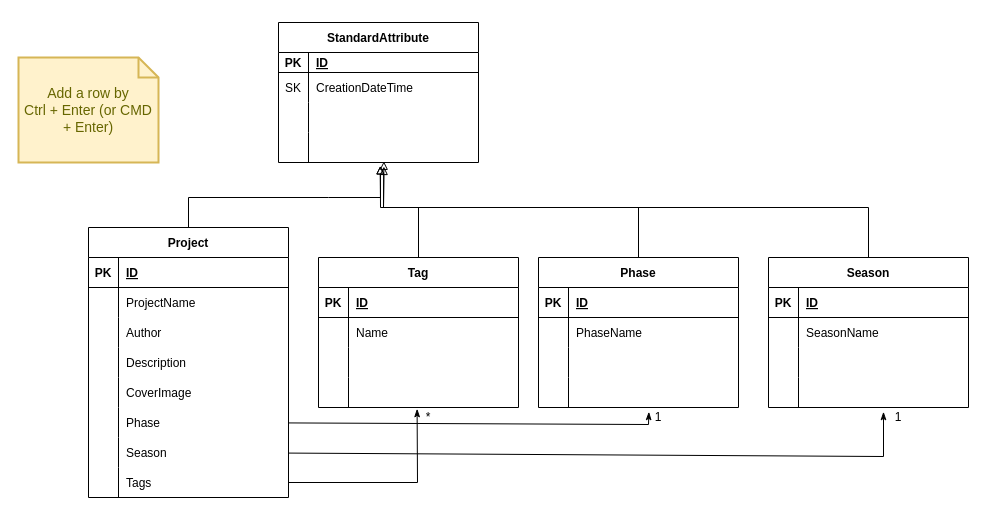
Above: page "Data Model" (3 of 4) of .drawio/4d-adidas.drawio in jolo-dev/cdk-restapi-stack (draw.io), before the change. Source tidied: cells renumbered, new cells numbered last; positions are measured from the earlier drawing's top-left corner, leaving out a move shared by most shapes. Both pictures are drawn from the tidied source at 100%, with x=0, y=0 at pixel (18, 17).
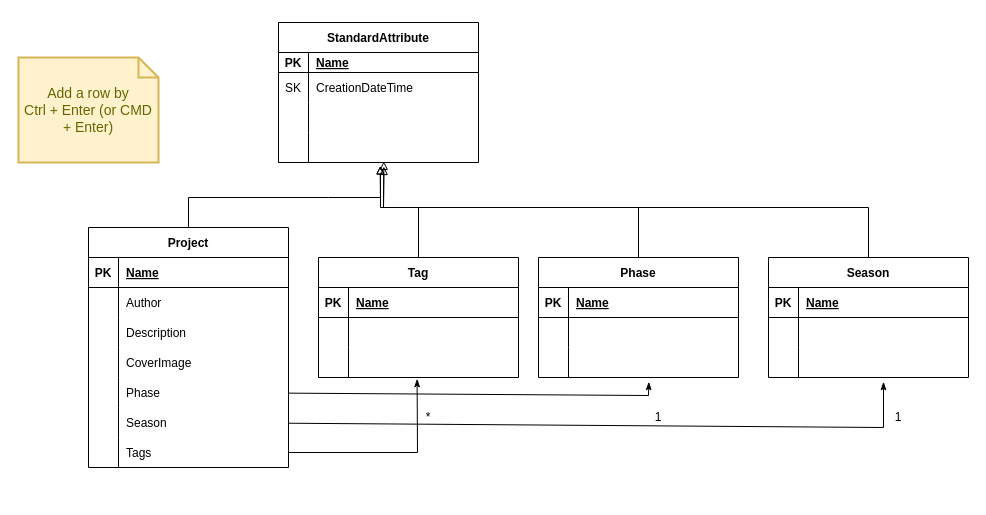
The same diagram, later.

The change refers to these unchanged cells:
```xml
<mxCell id="4" style="shape=partialRectangle;fillColor=none;top=0;left=0;bottom=1;right=0;" parent="3" vertex="1">
  <mxGeometry y="30" width="200" height="30" as="geometry" />
</mxCell>
<mxCell id="30" style="group;" parent="1" vertex="1">
  <mxGeometry x="300" y="240" width="200" height="150" as="geometry" />
</mxCell>
<mxCell id="32" style="shape=partialRectangle;fillColor=none;top=0;left=0;bottom=1;right=0;" parent="31" vertex="1">
  <mxGeometry y="30" width="200" height="30" as="geometry" />
</mxCell>
<mxCell id="46" style="shape=partialRectangle;fillColor=none;top=0;left=0;bottom=1;right=0;" parent="45" vertex="1">
  <mxGeometry y="30" width="200" height="20" as="geometry" />
</mxCell>
<mxCell id="61" style="shape=partialRectangle;fillColor=none;top=0;left=0;bottom=1;right=0;" parent="60" vertex="1">
  <mxGeometry y="30" width="200" height="30" as="geometry" />
</mxCell>
<mxCell id="75" style="shape=partialRectangle;fillColor=none;top=0;left=0;bottom=1;right=0;" parent="74" vertex="1">
  <mxGeometry y="30" width="200" height="30" as="geometry" />
</mxCell>
```

What changed in the source:
```diff
@@
     <mxCell id="3" value="Project" style="shape=table;startSize=30;childLayout=tableLayout;rowLines=0;fontStyle=1;align=center;" parent="1" vertex="1">
-      <mxGeometry x="70" y="210" width="200" height="270" as="geometry" />
+      <mxGeometry x="70" y="210" width="200" height="240" as="geometry" />
     </mxCell>
@@
-    <mxCell id="6" value="ID" style="shape=partialRectangle;fillColor=none;top=0;left=0;bottom=0;right=0;align=left;spacingLeft=6;fontStyle=5;overflow=hidden;" parent="4" vertex="1">
+    <mxCell id="6" value="Name" style="shape=partialRectangle;fillColor=none;top=0;left=0;bottom=0;right=0;align=left;spacingLeft=6;fontStyle=5;overflow=hidden;" parent="4" vertex="1">
       <mxGeometry x="30" width="170" height="30" as="geometry" />
     </mxCell>
-    <mxCell id="7" style="shape=partialRectangle;fillColor=none;top=0;left=0;bottom=0;right=0;" parent="3" vertex="1">
-      <mxGeometry y="60" width="200" height="30" as="geometry" />
-    </mxCell>
-    <mxCell id="8" style="shape=partialRectangle;fillColor=none;top=0;left=0;bottom=0;right=0;overflow=hidden;" parent="7" vertex="1">
-      <mxGeometry width="30" height="30" as="geometry" />
-    </mxCell>
-    <mxCell id="9" value="ProjectName" style="shape=partialRectangle;fillColor=none;top=0;left=0;bottom=0;right=0;align=left;spacingLeft=6;overflow=hidden;" parent="7" vertex="1">
-      <mxGeometry x="30" width="170" height="30" as="geometry" />
-    </mxCell>
     <mxCell id="10" style="shape=partialRectangle;fillColor=none;top=0;left=0;bottom=0;right=0;" parent="3" vertex="1">
-      <mxGeometry y="90" width="200" height="30" as="geometry" />
+      <mxGeometry y="60" width="200" height="30" as="geometry" />
     </mxCell>
@@
     <mxCell id="13" style="shape=partialRectangle;fillColor=none;top=0;left=0;bottom=0;right=0;" parent="3" vertex="1">
-      <mxGeometry y="120" width="200" height="30" as="geometry" />
+      <mxGeometry y="90" width="200" height="30" as="geometry" />
     </mxCell>
@@
     <mxCell id="16" style="shape=partialRectangle;fillColor=none;top=0;left=0;bottom=0;right=0;" parent="3" vertex="1">
-      <mxGeometry y="150" width="200" height="30" as="geometry" />
+      <mxGeometry y="120" width="200" height="30" as="geometry" />
     </mxCell>
@@
     <mxCell id="19" style="shape=partialRectangle;fillColor=none;top=0;left=0;bottom=0;right=0;points=[[0,0.5],[1,0.5]];portConstraint=eastwest;" parent="3" vertex="1">
-      <mxGeometry y="180" width="200" height="30" as="geometry" />
+      <mxGeometry y="150" width="200" height="30" as="geometry" />
     </mxCell>
@@
     <mxCell id="22" style="shape=partialRectangle;fillColor=none;top=0;left=0;bottom=0;right=0;points=[[0,0.5],[1,0.5]];portConstraint=eastwest;" parent="3" vertex="1">
-      <mxGeometry y="210" width="200" height="30" as="geometry" />
+      <mxGeometry y="180" width="200" height="30" as="geometry" />
     </mxCell>
@@
     <mxCell id="25" style="shape=partialRectangle;fillColor=none;top=0;left=0;bottom=0;right=0;points=[[0,0.5],[1,0.5]];portConstraint=eastwest;" parent="3" vertex="1">
-      <mxGeometry y="240" width="200" height="30" as="geometry" />
+      <mxGeometry y="210" width="200" height="30" as="geometry" />
     </mxCell>
@@
     <mxCell id="31" value="Tag" style="shape=table;startSize=30;childLayout=tableLayout;rowLines=0;fontStyle=1;align=center;" parent="30" vertex="1">
-      <mxGeometry width="200" height="150" as="geometry" />
+      <mxGeometry width="200" height="120" as="geometry" />
     </mxCell>
@@
-    <mxCell id="34" value="ID" style="shape=partialRectangle;fillColor=none;top=0;left=0;bottom=0;right=0;align=left;spacingLeft=6;fontStyle=5;overflow=hidden;" parent="32" vertex="1">
+    <mxCell id="34" value="Name" style="shape=partialRectangle;fillColor=none;top=0;left=0;bottom=0;right=0;align=left;spacingLeft=6;fontStyle=5;overflow=hidden;" parent="32" vertex="1">
       <mxGeometry x="30" width="170" height="30" as="geometry" />
     </mxCell>
-    <mxCell id="35" style="shape=partialRectangle;fillColor=none;top=0;left=0;bottom=0;right=0;" parent="31" vertex="1">
-      <mxGeometry y="60" width="200" height="30" as="geometry" />
-    </mxCell>
-    <mxCell id="36" style="shape=partialRectangle;fillColor=none;top=0;left=0;bottom=0;right=0;overflow=hidden;" parent="35" vertex="1">
-      <mxGeometry width="30" height="30" as="geometry" />
-    </mxCell>
-    <mxCell id="37" value="Name" style="shape=partialRectangle;fillColor=none;top=0;left=0;bottom=0;right=0;align=left;spacingLeft=6;overflow=hidden;" parent="35" vertex="1">
-      <mxGeometry x="30" width="170" height="30" as="geometry" />
-    </mxCell>
     <mxCell id="38" style="shape=partialRectangle;fillColor=none;top=0;left=0;bottom=0;right=0;" parent="31" vertex="1">
-      <mxGeometry y="90" width="200" height="30" as="geometry" />
+      <mxGeometry y="60" width="200" height="30" as="geometry" />
     </mxCell>
@@
     <mxCell id="41" style="shape=partialRectangle;fillColor=none;top=0;left=0;bottom=0;right=0;points=[[0,0.5],[1,0.5]];portConstraint=eastwest;" parent="31" vertex="1">
-      <mxGeometry y="120" width="200" height="30" as="geometry" />
+      <mxGeometry y="90" width="200" height="30" as="geometry" />
     </mxCell>
@@
-    <mxCell id="48" value="ID" style="shape=partialRectangle;fillColor=none;top=0;left=0;bottom=0;right=0;align=left;spacingLeft=6;fontStyle=5;overflow=hidden;" parent="46" vertex="1">
+    <mxCell id="48" value="Name" style="shape=partialRectangle;fillColor=none;top=0;left=0;bottom=0;right=0;align=left;spacingLeft=6;fontStyle=5;overflow=hidden;" parent="46" vertex="1">
       <mxGeometry x="30" width="170" height="20" as="geometry" />
     </mxCell>
@@
     <mxCell id="60" value="Season" style="shape=table;startSize=30;childLayout=tableLayout;rowLines=0;fontStyle=1;align=center;" parent="1" vertex="1">
-      <mxGeometry x="750" y="240" width="200" height="150" as="geometry" />
+      <mxGeometry x="750" y="240" width="200" height="120" as="geometry" />
     </mxCell>
@@
-    <mxCell id="63" value="ID" style="shape=partialRectangle;fillColor=none;top=0;left=0;bottom=0;right=0;align=left;spacingLeft=6;fontStyle=5;overflow=hidden;" parent="61" vertex="1">
+    <mxCell id="63" value="Name" style="shape=partialRectangle;fillColor=none;top=0;left=0;bottom=0;right=0;align=left;spacingLeft=6;fontStyle=5;overflow=hidden;" parent="61" vertex="1">
       <mxGeometry x="30" width="170" height="30" as="geometry" />
     </mxCell>
-    <mxCell id="64" style="shape=partialRectangle;fillColor=none;top=0;left=0;bottom=0;right=0;" parent="60" vertex="1">
-      <mxGeometry y="60" width="200" height="30" as="geometry" />
-    </mxCell>
-    <mxCell id="65" style="shape=partialRectangle;fillColor=none;top=0;left=0;bottom=0;right=0;overflow=hidden;" parent="64" vertex="1">
-      <mxGeometry width="30" height="30" as="geometry" />
-    </mxCell>
-    <mxCell id="66" value="SeasonName" style="shape=partialRectangle;fillColor=none;top=0;left=0;bottom=0;right=0;align=left;spacingLeft=6;overflow=hidden;" parent="64" vertex="1">
-      <mxGeometry x="30" width="170" height="30" as="geometry" />
-    </mxCell>
     <mxCell id="67" style="shape=partialRectangle;fillColor=none;top=0;left=0;bottom=0;right=0;" parent="60" vertex="1">
-      <mxGeometry y="90" width="200" height="30" as="geometry" />
+      <mxGeometry y="60" width="200" height="30" as="geometry" />
     </mxCell>
@@
     <mxCell id="70" style="shape=partialRectangle;fillColor=none;top=0;left=0;bottom=0;right=0;points=[[0,0.5],[1,0.5]];portConstraint=eastwest;" parent="60" vertex="1">
-      <mxGeometry y="120" width="200" height="30" as="geometry" />
+      <mxGeometry y="90" width="200" height="30" as="geometry" />
     </mxCell>
@@
     <mxCell id="74" value="Phase" style="shape=table;startSize=30;childLayout=tableLayout;rowLines=0;fontStyle=1;align=center;" parent="1" vertex="1">
-      <mxGeometry x="520" y="240" width="200" height="150" as="geometry" />
+      <mxGeometry x="520" y="240" width="200" height="120" as="geometry" />
     </mxCell>
@@
-    <mxCell id="77" value="ID" style="shape=partialRectangle;fillColor=none;top=0;left=0;bottom=0;right=0;align=left;spacingLeft=6;fontStyle=5;overflow=hidden;" parent="75" vertex="1">
+    <mxCell id="77" value="Name" style="shape=partialRectangle;fillColor=none;top=0;left=0;bottom=0;right=0;align=left;spacingLeft=6;fontStyle=5;overflow=hidden;" parent="75" vertex="1">
       <mxGeometry x="30" width="170" height="30" as="geometry" />
     </mxCell>
-    <mxCell id="78" style="shape=partialRectangle;fillColor=none;top=0;left=0;bottom=0;right=0;" parent="74" vertex="1">
-      <mxGeometry y="60" width="200" height="30" as="geometry" />
-    </mxCell>
-    <mxCell id="79" style="shape=partialRectangle;fillColor=none;top=0;left=0;bottom=0;right=0;overflow=hidden;" parent="78" vertex="1">
-      <mxGeometry width="30" height="30" as="geometry" />
-    </mxCell>
-    <mxCell id="80" value="PhaseName" style="shape=partialRectangle;fillColor=none;top=0;left=0;bottom=0;right=0;align=left;spacingLeft=6;overflow=hidden;" parent="78" vertex="1">
-      <mxGeometry x="30" width="170" height="30" as="geometry" />
-    </mxCell>
     <mxCell id="81" style="shape=partialRectangle;fillColor=none;top=0;left=0;bottom=0;right=0;" parent="74" vertex="1">
-      <mxGeometry y="90" width="200" height="30" as="geometry" />
+      <mxGeometry y="60" width="200" height="30" as="geometry" />
     </mxCell>
@@
     <mxCell id="84" style="shape=partialRectangle;fillColor=none;top=0;left=0;bottom=0;right=0;points=[[0,0.5],[1,0.5]];portConstraint=eastwest;" parent="74" vertex="1">
-      <mxGeometry y="120" width="200" height="30" as="geometry" />
+      <mxGeometry y="90" width="200" height="30" as="geometry" />
     </mxCell>
@@
     <mxCell id="87" style="edgeStyle=none;rounded=0;html=1;entryX=0.493;entryY=1.044;entryDx=0;entryDy=0;endArrow=classicThin;endFill=1;entryPerimeter=0;" parent="1" edge="1" source="25" target="41">
       <mxGeometry relative="1" as="geometry">
         <Array as="points">
-          <mxPoint x="399" y="465" />
+          <mxPoint x="399" y="435" />
         </Array>
       </mxGeometry>
     </mxCell>
     <mxCell id="88" style="edgeStyle=none;rounded=0;html=1;entryX=0.575;entryY=1.144;entryDx=0;entryDy=0;entryPerimeter=0;endArrow=classicThin;endFill=1;" parent="1" edge="1" source="22" target="70">
       <mxGeometry relative="1" as="geometry">
         <Array as="points">
-          <mxPoint x="865" y="439" />
+          <mxPoint x="865" y="410" />
         </Array>
       </mxGeometry>
     </mxCell>
     <mxCell id="89" style="edgeStyle=none;rounded=0;html=1;entryX=0.552;entryY=1.144;entryDx=0;entryDy=0;entryPerimeter=0;endArrow=classicThin;endFill=1;" parent="1" edge="1" source="19" target="84">
       <mxGeometry relative="1" as="geometry">
         <Array as="points">
-          <mxPoint x="630" y="407" />
+          <mxPoint x="630" y="378" />
         </Array>
       </mxGeometry>
     </mxCell>
```
